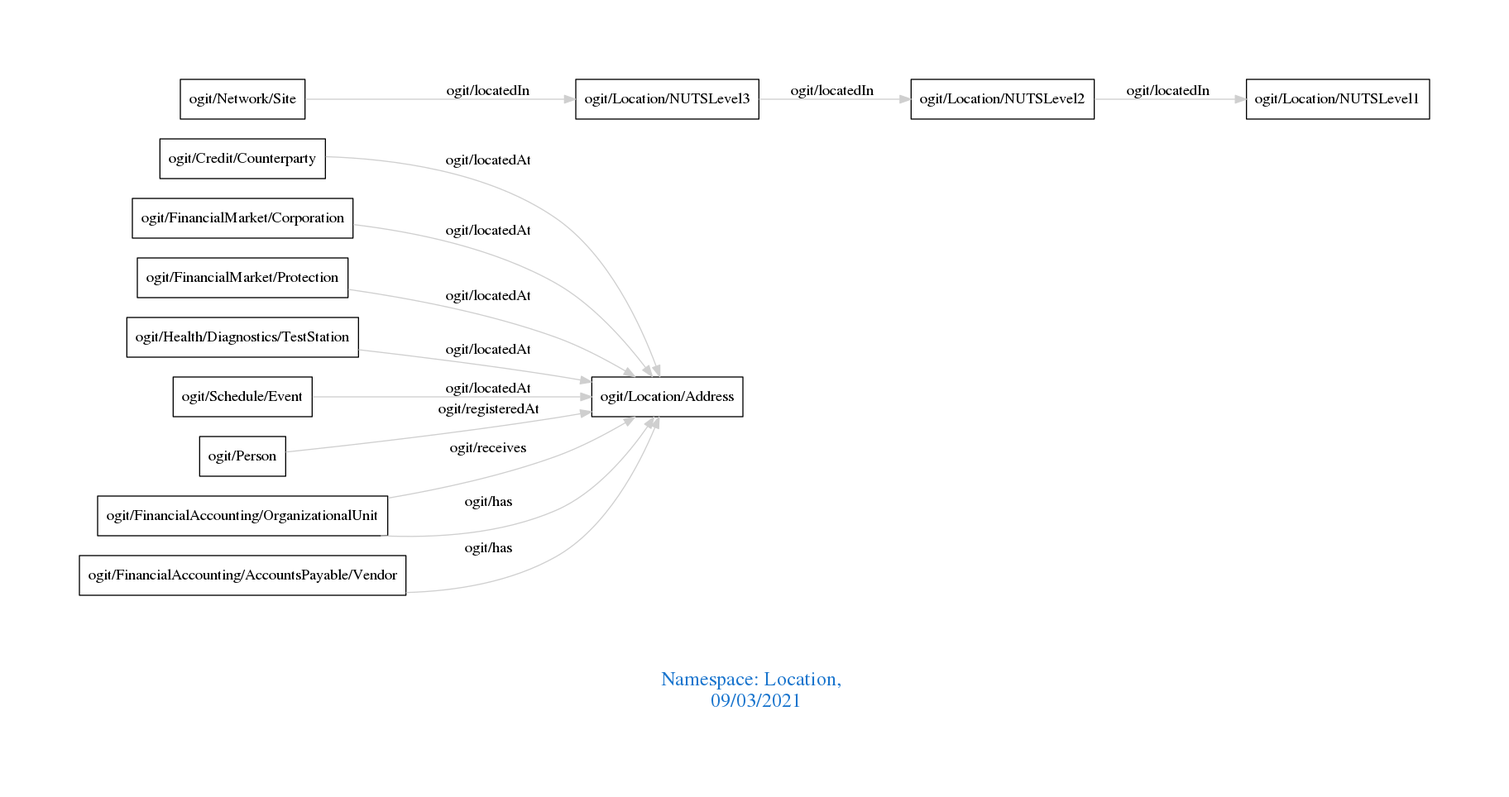
This is downloads/Location.png from arago/OGIT, a Graphviz export, as it was before one commit. Its source is kept beside it as downloads/Location.dot.
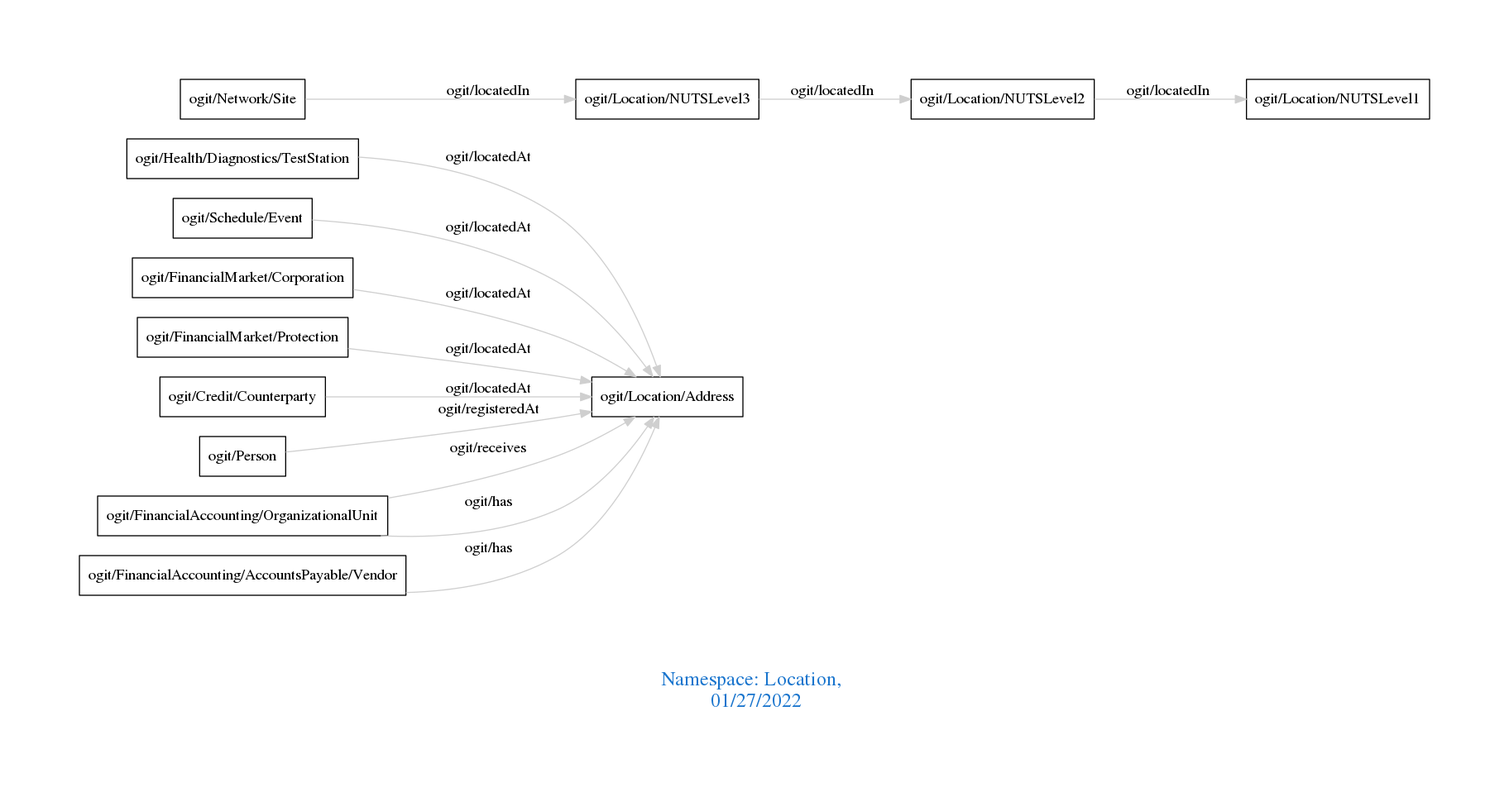
After the commit.

Diff of the diagram source:
```diff
@@ -1,20 +1,20 @@
 digraph OGIT_ontology {
  graph [ rankdir= LR,pad=1
 fontsize = 18,
-fontcolor= dodgerblue3,label = "\n\n\nNamespace: Location, \n 09/03/2021"];
+fontcolor= dodgerblue3,label = "\n\n\nNamespace: Location, \n 01/27/2022"];
 node[shape=polygon];
 edge [  color="gray81"];
 
-   "ogit/Credit/Counterparty" -> "ogit/Location/Address" [label="   ogit/locatedAt    "];
+   "ogit/Health/Diagnostics/TestStation" -> "ogit/Location/Address" [label="   ogit/locatedAt    "];
+   "ogit/Schedule/Event" -> "ogit/Location/Address" [label="   ogit/locatedAt    "];
    "ogit/FinancialMarket/Corporation" -> "ogit/Location/Address" [label="   ogit/locatedAt    "];
    "ogit/FinancialMarket/Protection" -> "ogit/Location/Address" [label="   ogit/locatedAt    "];
-   "ogit/Health/Diagnostics/TestStation" -> "ogit/Location/Address" [label="   ogit/locatedAt    "];
-   "ogit/Schedule/Event" -> "ogit/Location/Address" [label="   ogit/locatedAt    "];
+   "ogit/Credit/Counterparty" -> "ogit/Location/Address" [label="   ogit/locatedAt    "];
+   "ogit/Network/Site" -> "ogit/Location/NUTSLevel3" [label="   ogit/locatedIn    "];
    "ogit/Location/NUTSLevel2" -> "ogit/Location/NUTSLevel1" [label="   ogit/locatedIn    "];
    "ogit/Location/NUTSLevel3" -> "ogit/Location/NUTSLevel2" [label="   ogit/locatedIn    "];
-   "ogit/Network/Site" -> "ogit/Location/NUTSLevel3" [label="   ogit/locatedIn    "];
    "ogit/Person" -> "ogit/Location/Address" [label="   ogit/registeredAt    "];
    "ogit/FinancialAccounting/OrganizationalUnit" -> "ogit/Location/Address" [label="   ogit/receives    "];
+   "ogit/FinancialAccounting/OrganizationalUnit" -> "ogit/Location/Address" [label="   ogit/has    "];
    "ogit/FinancialAccounting/AccountsPayable/Vendor" -> "ogit/Location/Address" [label="   ogit/has    "];
-   "ogit/FinancialAccounting/OrganizationalUnit" -> "ogit/Location/Address" [label="   ogit/has    "];
 }
```
